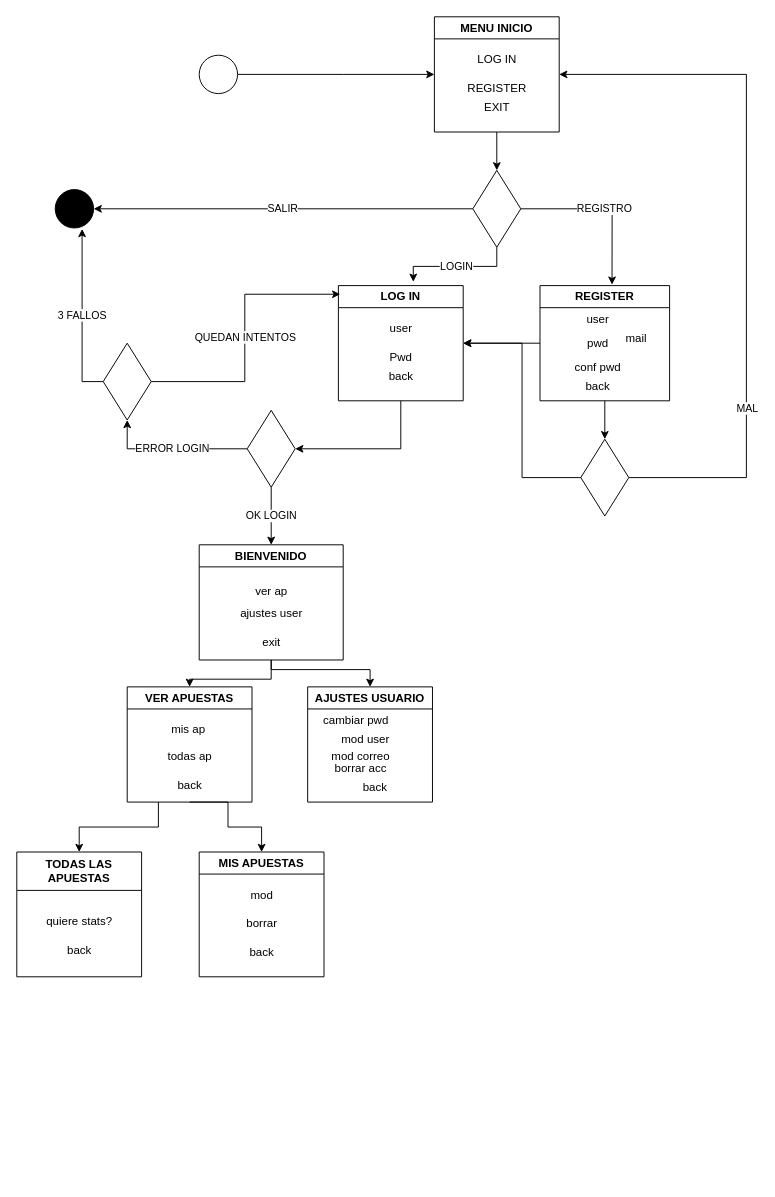
Above: appapuestas/diagrama pantallas.drawio in Valexx55/sanblasjava (draw.io), before the change. Source tidied: cells renumbered, new cells numbered last; positions are measured from the earlier drawing's top-left corner, leaving out a move shared by most shapes. Both pictures are drawn from the tidied source at 96%, with x=0, y=0 at pixel (16, 16).
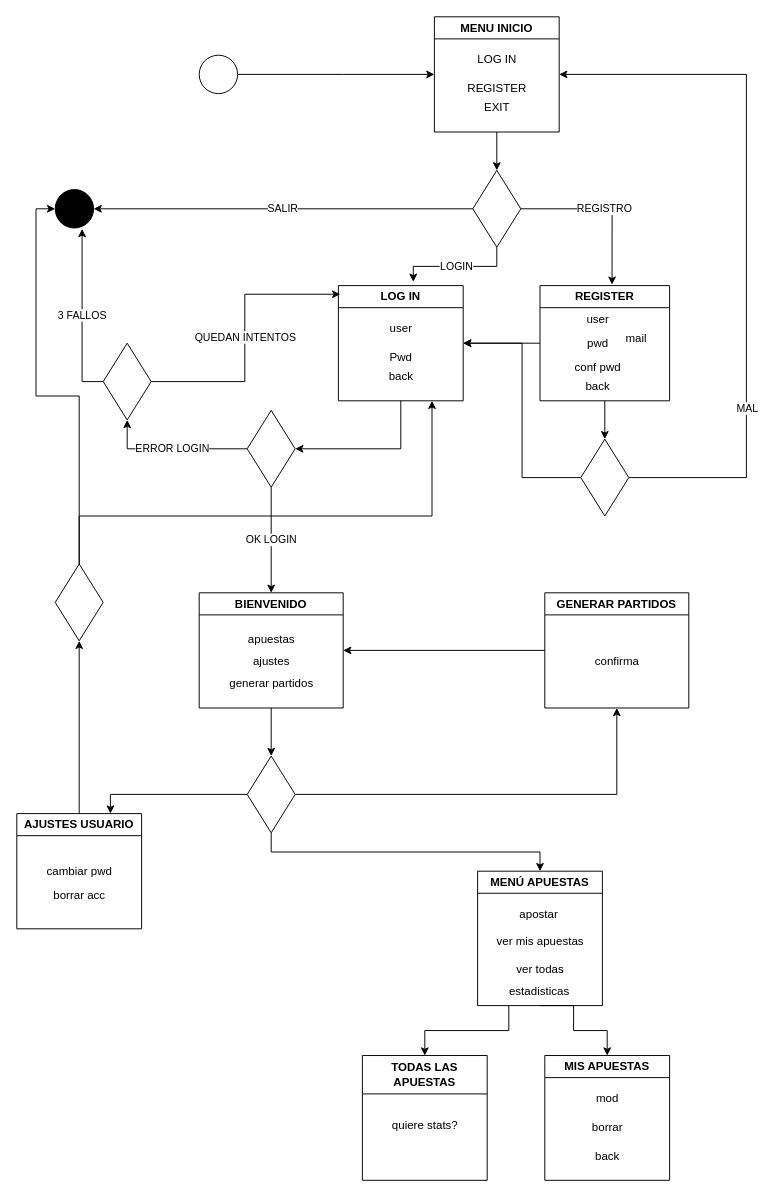
The same page after the edit.

Commit message (it also covers changes not shown here):
diagrama nuevo

Unchanged cells that the change refers to:
```xml
<mxCell id="29" value="LOG IN" style="swimlane;whiteSpace=wrap;html=1;startSize=23;" parent="1" vertex="1">
  <mxGeometry x="335" y="280" width="130" height="120" as="geometry" />
</mxCell>
<mxCell id="57" style="ellipse;whiteSpace=wrap;html=1;fillColor=#000000;" parent="1" vertex="1">
  <mxGeometry x="40" y="180" width="40" height="40" as="geometry" />
</mxCell>
```

What changed in the source:
```diff
@@
     <mxCell id="6" style="edgeStyle=orthogonalEdgeStyle;rounded=0;jettySize=auto;html=1;exitX=0.5;exitY=1;exitDx=0;exitDy=0;entryX=0.5;entryY=0;entryDx=0;entryDy=0;" parent="1" edge="1" source="8" target="22">
       <mxGeometry relative="1" as="geometry">
         <Array as="points">
-          <mxPoint x="220" y="818" />
-          <mxPoint x="220" y="844" />
-          <mxPoint x="255" y="844" />
+          <mxPoint x="580" y="1030" />
+          <mxPoint x="580" y="1056" />
+          <mxPoint x="615" y="1056" />
         </Array>
       </mxGeometry>
     </mxCell>
@@
-    <mxCell id="8" value="VER APUESTAS" style="swimlane;whiteSpace=wrap;html=1;" parent="1" vertex="1">
-      <mxGeometry x="115" y="698" width="130" height="120" as="geometry" />
+    <mxCell id="8" value="MENÚ APUESTAS" style="swimlane;whiteSpace=wrap;html=1;" parent="1" vertex="1">
+      <mxGeometry x="480" y="890" width="130" height="140" as="geometry" />
     </mxCell>
-    <mxCell id="9" value="mis ap" style="text;html=1;strokeColor=none;fillColor=none;align=center;verticalAlign=middle;whiteSpace=wrap;rounded=0;" parent="8" vertex="1">
+    <mxCell id="9" value="apostar" style="text;html=1;strokeColor=none;fillColor=none;align=center;verticalAlign=middle;whiteSpace=wrap;rounded=0;" parent="8" vertex="1">
       <mxGeometry x="34" y="30" width="60" height="30" as="geometry" />
     </mxCell>
-    <mxCell id="10" value="todas ap" style="text;html=1;align=center;verticalAlign=middle;strokeColor=none;fillColor=none;" parent="8" vertex="1">
-      <mxGeometry x="30" y="58" width="70" height="30" as="geometry" />
+    <mxCell id="10" value="ver mis apuestas" style="text;html=1;align=center;verticalAlign=middle;strokeColor=none;fillColor=none;" parent="8" vertex="1">
+      <mxGeometry x="10" y="58" width="110" height="30" as="geometry" />
     </mxCell>
-    <mxCell id="11" value="back" style="text;html=1;align=center;verticalAlign=middle;strokeColor=none;fillColor=none;" parent="8" vertex="1">
-      <mxGeometry x="40" y="88" width="50" height="30" as="geometry" />
+    <mxCell id="11" value="ver todas" style="text;html=1;align=center;verticalAlign=middle;strokeColor=none;fillColor=none;" parent="8" vertex="1">
+      <mxGeometry x="30" y="88" width="70" height="30" as="geometry" />
     </mxCell>
-    <mxCell id="12" value="AJUSTES USUARIO" style="swimlane;whiteSpace=wrap;html=1;" parent="1" vertex="1">
-      <mxGeometry x="303" y="698" width="130" height="120" as="geometry" />
-    </mxCell>
-    <mxCell id="13" value="mod correo" style="text;html=1;align=center;verticalAlign=middle;strokeColor=none;fillColor=none;" parent="12" vertex="1">
-      <mxGeometry x="15" y="58" width="80" height="30" as="geometry" />
-    </mxCell>
+    <mxCell id="62" value="estadisticas" style="text;html=1;align=center;verticalAlign=middle;strokeColor=none;fillColor=none;" parent="8" vertex="1">
+      <mxGeometry x="19" y="110" width="90" height="30" as="geometry" />
+    </mxCell>
@@
     <mxCell id="22" value="MIS APUESTAS" style="swimlane;whiteSpace=wrap;html=1;" parent="1" vertex="1">
-      <mxGeometry x="190" y="870" width="130" height="130" as="geometry" />
+      <mxGeometry x="550" y="1082" width="130" height="130" as="geometry" />
     </mxCell>
@@
     <mxCell id="26" value="TODAS LAS APUESTAS" style="swimlane;whiteSpace=wrap;html=1;startSize=40;" parent="1" vertex="1">
-      <mxGeometry y="870" width="130" height="130" as="geometry" />
+      <mxGeometry x="360" y="1082" width="130" height="130" as="geometry" />
     </mxCell>
@@
-    <mxCell id="33" style="edgeStyle=orthogonalEdgeStyle;rounded=0;jettySize=auto;html=1;exitX=0.5;exitY=1;exitDx=0;exitDy=0;" parent="1" edge="1" source="35" target="8">
-      <mxGeometry relative="1" as="geometry" />
-    </mxCell>
-    <mxCell id="34" style="edgeStyle=orthogonalEdgeStyle;rounded=0;jettySize=auto;html=1;exitX=0.5;exitY=1;exitDx=0;exitDy=0;entryX=0.5;entryY=0;entryDx=0;entryDy=0;" parent="1" edge="1" source="35" target="12">
-      <mxGeometry relative="1" as="geometry">
-        <Array as="points">
-          <mxPoint x="265" y="680" />
-          <mxPoint x="368" y="680" />
-        </Array>
-      </mxGeometry>
-    </mxCell>
+    <mxCell id="63" style="edgeStyle=orthogonalEdgeStyle;rounded=0;jettySize=auto;html=1;entryX=0.5;entryY=0;entryDx=0;entryDy=0;" parent="1" edge="1" source="35" target="68">
+      <mxGeometry relative="1" as="geometry" />
+    </mxCell>
     <mxCell id="35" value="&lt;b style=&quot;border-color: var(--border-color);&quot;&gt;BIENVENIDO&lt;/b&gt;" style="swimlane;whiteSpace=wrap;html=1;startSize=23;" parent="1" vertex="1">
-      <mxGeometry x="190" y="550" width="150" height="120" as="geometry" />
+      <mxGeometry x="190" y="600" width="150" height="120" as="geometry" />
     </mxCell>
-    <mxCell id="36" value="ajustes user" style="text;html=1;align=center;verticalAlign=middle;strokeColor=none;fillColor=none;" parent="35" vertex="1">
-      <mxGeometry x="30" y="56.5" width="90" height="30" as="geometry" />
+    <mxCell id="36" value="ajustes" style="text;html=1;align=center;verticalAlign=middle;strokeColor=none;fillColor=none;" parent="35" vertex="1">
+      <mxGeometry x="45" y="56.5" width="60" height="30" as="geometry" />
     </mxCell>
-    <mxCell id="37" value="ver ap" style="text;html=1;align=center;verticalAlign=middle;strokeColor=none;fillColor=none;" parent="35" vertex="1">
-      <mxGeometry x="45" y="33.5" width="60" height="30" as="geometry" />
+    <mxCell id="37" value="apuestas" style="text;html=1;align=center;verticalAlign=middle;strokeColor=none;fillColor=none;" parent="35" vertex="1">
+      <mxGeometry x="40" y="33.5" width="70" height="30" as="geometry" />
     </mxCell>
-    <mxCell id="38" value="exit" style="text;html=1;align=center;verticalAlign=middle;strokeColor=none;fillColor=none;" parent="35" vertex="1">
-      <mxGeometry x="55" y="86.5" width="40" height="30" as="geometry" />
-    </mxCell>
-    <mxCell id="39" value="back" style="text;html=1;align=center;verticalAlign=middle;strokeColor=none;fillColor=none;" parent="1" vertex="1">
-      <mxGeometry x="40" y="958" width="50" height="30" as="geometry" />
-    </mxCell>
-    <mxCell id="40" value="cambiar pwd" style="text;html=1;align=center;verticalAlign=middle;strokeColor=none;fillColor=none;" parent="1" vertex="1">
-      <mxGeometry x="308" y="718" width="90" height="30" as="geometry" />
-    </mxCell>
-    <mxCell id="41" value="mod user" style="text;html=1;align=center;verticalAlign=middle;strokeColor=none;fillColor=none;" parent="1" vertex="1">
-      <mxGeometry x="328" y="738" width="70" height="30" as="geometry" />
-    </mxCell>
-    <mxCell id="42" value="borrar acc" style="text;html=1;align=center;verticalAlign=middle;strokeColor=none;fillColor=none;" parent="1" vertex="1">
-      <mxGeometry x="318" y="768" width="80" height="30" as="geometry" />
-    </mxCell>
-    <mxCell id="43" value="back" style="text;html=1;align=center;verticalAlign=middle;strokeColor=none;fillColor=none;" parent="1" vertex="1">
-      <mxGeometry x="348" y="788" width="50" height="30" as="geometry" />
-    </mxCell>
+    <mxCell id="64" value="generar partidos" style="text;html=1;align=center;verticalAlign=middle;strokeColor=none;fillColor=none;" parent="35" vertex="1">
+      <mxGeometry x="20" y="80" width="110" height="30" as="geometry" />
+    </mxCell>
@@
+    <mxCell id="65" style="edgeStyle=orthogonalEdgeStyle;rounded=0;jettySize=auto;html=1;entryX=0.75;entryY=0;entryDx=0;entryDy=0;" parent="1" edge="1" source="68" target="12">
+      <mxGeometry relative="1" as="geometry" />
+    </mxCell>
+    <mxCell id="66" style="edgeStyle=orthogonalEdgeStyle;rounded=0;jettySize=auto;html=1;entryX=0.5;entryY=0;entryDx=0;entryDy=0;exitX=0.5;exitY=1;exitDx=0;exitDy=0;" parent="1" edge="1" source="68" target="8">
+      <mxGeometry relative="1" as="geometry" />
+    </mxCell>
+    <mxCell id="67" style="edgeStyle=orthogonalEdgeStyle;rounded=0;jettySize=auto;html=1;entryX=0.5;entryY=1;entryDx=0;entryDy=0;" parent="1" edge="1" source="68" target="74">
+      <mxGeometry relative="1" as="geometry" />
+    </mxCell>
+    <mxCell id="68" style="rhombus;whiteSpace=wrap;html=1;" parent="1" vertex="1">
+      <mxGeometry x="240" y="770" width="50" height="80" as="geometry" />
+    </mxCell>
+    <mxCell id="69" style="edgeStyle=orthogonalEdgeStyle;rounded=0;jettySize=auto;html=1;entryX=0.5;entryY=1;entryDx=0;entryDy=0;" parent="1" edge="1" source="12" target="72">
+      <mxGeometry relative="1" as="geometry" />
+    </mxCell>
+    <mxCell id="12" value="AJUSTES USUARIO" style="swimlane;whiteSpace=wrap;html=1;" parent="1" vertex="1">
+      <mxGeometry y="830" width="130" height="120" as="geometry" />
+    </mxCell>
+    <mxCell id="42" value="borrar acc" style="text;html=1;align=center;verticalAlign=middle;strokeColor=none;fillColor=none;" parent="12" vertex="1">
+      <mxGeometry x="25" y="70" width="80" height="30" as="geometry" />
+    </mxCell>
+    <mxCell id="40" value="cambiar pwd" style="text;html=1;align=center;verticalAlign=middle;strokeColor=none;fillColor=none;" parent="12" vertex="1">
+      <mxGeometry x="20" y="45" width="90" height="30" as="geometry" />
+    </mxCell>
+    <mxCell id="70" style="edgeStyle=orthogonalEdgeStyle;rounded=0;jettySize=auto;html=1;entryX=0;entryY=0.5;entryDx=0;entryDy=0;" parent="1" edge="1" source="72" target="57">
+      <mxGeometry relative="1" as="geometry" />
+    </mxCell>
+    <mxCell id="71" style="edgeStyle=orthogonalEdgeStyle;rounded=0;jettySize=auto;html=1;entryX=0.75;entryY=1;entryDx=0;entryDy=0;" parent="1" edge="1" source="72" target="29">
+      <mxGeometry relative="1" as="geometry">
+        <Array as="points">
+          <mxPoint x="65" y="520" />
+          <mxPoint x="433" y="520" />
+        </Array>
+      </mxGeometry>
+    </mxCell>
+    <mxCell id="72" style="rhombus;whiteSpace=wrap;html=1;" parent="1" vertex="1">
+      <mxGeometry x="40" y="570" width="50" height="80" as="geometry" />
+    </mxCell>
+    <mxCell id="73" style="edgeStyle=orthogonalEdgeStyle;rounded=0;jettySize=auto;html=1;entryX=1;entryY=0.5;entryDx=0;entryDy=0;" parent="1" edge="1" source="74" target="35">
+      <mxGeometry relative="1" as="geometry" />
+    </mxCell>
+    <mxCell id="74" value="&lt;b style=&quot;border-color: var(--border-color);&quot;&gt;GENERAR PARTIDOS&lt;/b&gt;" style="swimlane;whiteSpace=wrap;html=1;startSize=23;" parent="1" vertex="1">
+      <mxGeometry x="550" y="600" width="150" height="120" as="geometry" />
+    </mxCell>
+    <mxCell id="75" value="confirma" style="text;html=1;align=center;verticalAlign=middle;strokeColor=none;fillColor=none;" parent="74" vertex="1">
+      <mxGeometry x="40" y="56.5" width="70" height="30" as="geometry" />
+    </mxCell>
```
